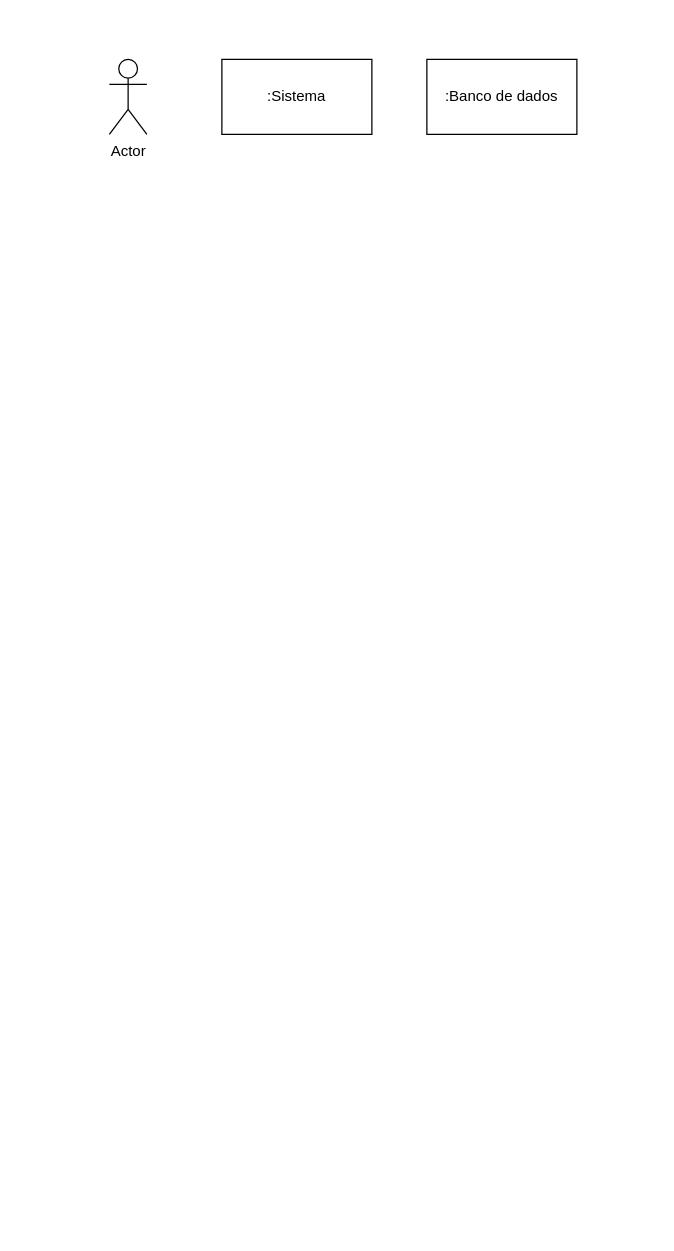
This is Diagrama sem nome.drawio from rntser/GestorDeSalas, a draw.io file, before an edit. Source tidied: cells renumbered, new cells numbered last; positions are measured from the earlier drawing's top-left corner, leaving out a move shared by most shapes. Both pictures are drawn from the tidied source at 125%, with x=0, y=0 at pixel (109, 59).
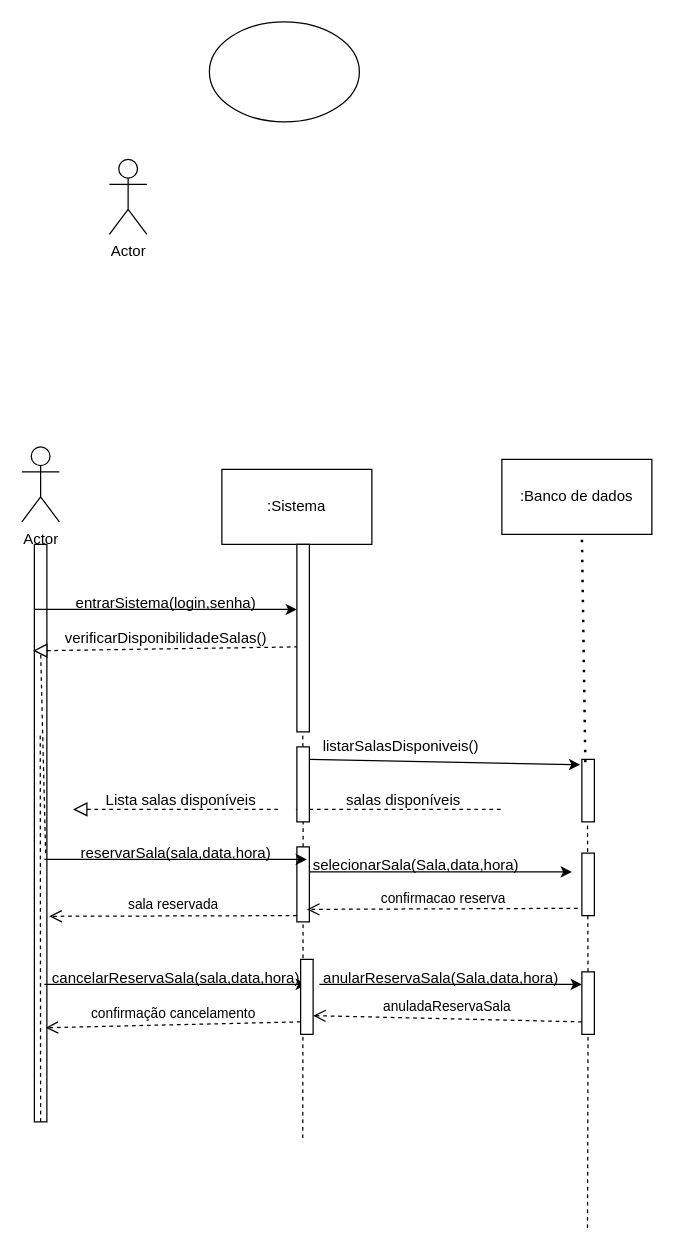
The same diagram, later.

The edit, as a diff of the source:
```diff
@@
     <mxCell id="2" value="Actor" style="shape=umlActor;verticalLabelPosition=bottom;verticalAlign=top;html=1;" parent="1" vertex="1">
-      <mxGeometry width="30" height="60" as="geometry" />
+      <mxGeometry y="80" width="30" height="60" as="geometry" />
     </mxCell>
     <mxCell id="3" value=":Sistema" style="rounded=0;whiteSpace=wrap;html=1;" parent="1" vertex="1">
-      <mxGeometry x="90" width="120" height="60" as="geometry" />
+      <mxGeometry x="90" y="328" width="120" height="60" as="geometry" />
     </mxCell>
     <mxCell id="4" value=":Banco de dados" style="rounded=0;whiteSpace=wrap;html=1;" parent="1" vertex="1">
-      <mxGeometry x="254" width="120" height="60" as="geometry" />
+      <mxGeometry x="314" y="320" width="120" height="60" as="geometry" />
     </mxCell>
+    <mxCell id="5" style="rounded=0;whiteSpace=wrap;html=1;" parent="1" vertex="1">
+      <mxGeometry x="-60" y="388" width="10" height="462" as="geometry" />
+    </mxCell>
+    <mxCell id="6" value="Actor" style="shape=umlActor;verticalLabelPosition=bottom;verticalAlign=top;html=1;" parent="1" vertex="1">
+      <mxGeometry x="-70" y="310" width="30" height="60" as="geometry" />
+    </mxCell>
+    <mxCell id="7" style="ellipse;whiteSpace=wrap;html=1;" parent="1" vertex="1">
+      <mxGeometry x="80" y="-30" width="120" height="80" as="geometry" />
+    </mxCell>
+    <mxCell id="8" style="rounded=0;whiteSpace=wrap;html=1;" parent="1" vertex="1">
+      <mxGeometry x="150" y="388" width="10" height="150" as="geometry" />
+    </mxCell>
+    <mxCell id="9" style="endArrow=none;dashed=1;html=1;rounded=0;" parent="1" edge="1" source="30">
+      <mxGeometry relative="1" as="geometry">
+        <mxPoint x="154.7" y="538" as="targetPoint" />
+      </mxGeometry>
+    </mxCell>
+    <mxCell id="10" value="entrarSistema(login,senha)" style="text;html=1;align=center;verticalAlign=middle;strokeColor=none;fillColor=none;" parent="1" vertex="1">
+      <mxGeometry x="-40" y="420" width="170" height="30" as="geometry" />
+    </mxCell>
+    <mxCell id="11" style="endArrow=none;dashed=1;html=1;rounded=0;" parent="1" edge="1">
+      <mxGeometry relative="1" as="geometry">
+        <mxPoint x="-55" y="850" as="sourcePoint" />
+        <mxPoint x="-55.3" y="538" as="targetPoint" />
+      </mxGeometry>
+    </mxCell>
+    <mxCell id="12" style="edgeStyle=none;jettySize=auto;html=1;rounded=0;entryX=0;entryY=0.347;entryDx=0;entryDy=0;entryPerimeter=0;" parent="1" edge="1" target="8">
+      <mxGeometry relative="1" as="geometry">
+        <mxPoint x="-60" y="440" as="sourcePoint" />
+      </mxGeometry>
+    </mxCell>
+    <mxCell id="13" style="endArrow=none;dashed=1;html=1;rounded=0;" parent="1" edge="1">
+      <mxGeometry relative="1" as="geometry">
+        <mxPoint x="-50" y="473" as="sourcePoint" />
+        <mxPoint x="150" y="470" as="targetPoint" />
+      </mxGeometry>
+    </mxCell>
+    <mxCell id="14" value="verificarDisponibilidadeSalas()" style="text;html=1;align=center;verticalAlign=middle;strokeColor=none;fillColor=none;" parent="1" vertex="1">
+      <mxGeometry x="-45" y="448" width="180" height="30" as="geometry" />
+    </mxCell>
+    <mxCell id="15" style="endArrow=none;dashed=1;html=1;rounded=0;exitX=0.9;exitY=0.535;exitDx=0;exitDy=0;exitPerimeter=0;" parent="1" edge="1" source="5" target="16">
+      <mxGeometry relative="1" as="geometry" />
+    </mxCell>
+    <mxCell id="16" style="triangle;whiteSpace=wrap;html=1;direction=west;" parent="1" vertex="1">
+      <mxGeometry x="-60" y="468" width="10" height="10" as="geometry" />
+    </mxCell>
+    <mxCell id="17" style="rounded=0;whiteSpace=wrap;html=1;" parent="1" vertex="1">
+      <mxGeometry x="378" y="560" width="10" height="50" as="geometry" />
+    </mxCell>
+    <mxCell id="18" style="endArrow=none;dashed=1;html=1;rounded=0;" parent="1" edge="1" source="46">
+      <mxGeometry relative="1" as="geometry">
+        <mxPoint x="382.5" y="610" as="targetPoint" />
+      </mxGeometry>
+    </mxCell>
+    <mxCell id="19" style="endArrow=none;dashed=1;html=1;dashPattern=1 3;strokeWidth=2;rounded=0;exitX=0.279;exitY=0.045;exitDx=0;exitDy=0;exitPerimeter=0;" parent="1" edge="1" source="17">
+      <mxGeometry relative="1" as="geometry">
+        <mxPoint x="378" y="380" as="targetPoint" />
+      </mxGeometry>
+    </mxCell>
+    <mxCell id="20" style="edgeStyle=none;jettySize=auto;html=1;rounded=0;entryX=-0.134;entryY=0.086;entryDx=0;entryDy=0;entryPerimeter=0;" parent="1" edge="1" target="17">
+      <mxGeometry relative="1" as="geometry">
+        <mxPoint x="160" y="560" as="sourcePoint" />
+      </mxGeometry>
+    </mxCell>
+    <mxCell id="21" value="listarSalasDisponiveis()" style="text;html=1;align=center;verticalAlign=middle;strokeColor=none;fillColor=none;" parent="1" vertex="1">
+      <mxGeometry x="158" y="535" width="150" height="30" as="geometry" />
+    </mxCell>
+    <mxCell id="22" style="endArrow=none;dashed=1;html=1;rounded=0;" parent="1" edge="1">
+      <mxGeometry relative="1" as="geometry">
+        <mxPoint x="160" y="600" as="sourcePoint" />
+        <mxPoint x="313" y="600" as="targetPoint" />
+      </mxGeometry>
+    </mxCell>
+    <mxCell id="23" value="salas disponíveis" style="text;html=1;align=center;verticalAlign=middle;strokeColor=none;fillColor=none;" parent="1" vertex="1">
+      <mxGeometry x="180" y="578" width="110" height="30" as="geometry" />
+    </mxCell>
+    <mxCell id="24" style="endArrow=none;dashed=1;html=1;rounded=0;" parent="1" edge="1" source="32" target="25">
+      <mxGeometry relative="1" as="geometry" />
+    </mxCell>
+    <mxCell id="25" style="triangle;whiteSpace=wrap;html=1;direction=west;" parent="1" vertex="1">
+      <mxGeometry x="150" y="595" width="10" height="10" as="geometry" />
+    </mxCell>
+    <mxCell id="26" style="endArrow=none;dashed=1;html=1;rounded=0;" parent="1" edge="1">
+      <mxGeometry relative="1" as="geometry">
+        <mxPoint x="-18" y="600" as="sourcePoint" />
+        <mxPoint x="135" y="600" as="targetPoint" />
+      </mxGeometry>
+    </mxCell>
+    <mxCell id="27" value="Lista salas disponíveis" style="text;html=1;align=center;verticalAlign=middle;strokeColor=none;fillColor=none;" parent="1" vertex="1">
+      <mxGeometry x="-13" y="578" width="140" height="30" as="geometry" />
+    </mxCell>
+    <mxCell id="28" style="triangle;whiteSpace=wrap;html=1;direction=west;" parent="1" vertex="1">
+      <mxGeometry x="-28" y="595" width="10" height="10" as="geometry" />
+    </mxCell>
+    <mxCell id="29" style="endArrow=none;dashed=1;html=1;rounded=0;" parent="1" edge="1" source="25" target="30">
+      <mxGeometry relative="1" as="geometry" />
+    </mxCell>
+    <mxCell id="30" style="rounded=0;whiteSpace=wrap;html=1;" parent="1" vertex="1">
+      <mxGeometry x="150" y="550" width="10" height="60" as="geometry" />
+    </mxCell>
+    <mxCell id="31" style="endArrow=none;dashed=1;html=1;rounded=0;" parent="1" edge="1" target="32">
+      <mxGeometry relative="1" as="geometry">
+        <mxPoint x="154.7" y="863" as="sourcePoint" />
+      </mxGeometry>
+    </mxCell>
+    <mxCell id="32" style="rounded=0;whiteSpace=wrap;html=1;" parent="1" vertex="1">
+      <mxGeometry x="150" y="630" width="10" height="60" as="geometry" />
+    </mxCell>
+    <mxCell id="33" value="reservarSala(sala,data,hora)" style="text;html=1;align=center;verticalAlign=middle;strokeColor=none;fillColor=none;" parent="1" vertex="1">
+      <mxGeometry x="-37" y="620" width="180" height="30" as="geometry" />
+    </mxCell>
+    <mxCell id="34" style="edgeStyle=none;orthogonalLoop=1;jettySize=auto;html=1;rounded=0;entryX=0;entryY=0.347;entryDx=0;entryDy=0;entryPerimeter=0;" parent="1" edge="1">
+      <mxGeometry relative="1" as="geometry">
+        <mxPoint x="-52" y="640" as="sourcePoint" />
+        <mxPoint x="158" y="640" as="targetPoint" />
+      </mxGeometry>
+    </mxCell>
+    <mxCell id="35" value="confirmacao reserva" style="html=1;verticalAlign=bottom;endArrow=open;dashed=1;endSize=8;curved=0;rounded=0;exitX=-0.329;exitY=0.883;exitDx=0;exitDy=0;exitPerimeter=0;" parent="1" edge="1" source="38">
+      <mxGeometry relative="1" as="geometry">
+        <mxPoint x="158" y="680" as="targetPoint" />
+      </mxGeometry>
+    </mxCell>
+    <mxCell id="36" value="selecionarSala(Sala,data,hora)" style="text;html=1;align=center;verticalAlign=middle;strokeColor=none;fillColor=none;" parent="1" vertex="1">
+      <mxGeometry x="150" y="630" width="190" height="30" as="geometry" />
+    </mxCell>
+    <mxCell id="37" style="edgeStyle=none;orthogonalLoop=1;jettySize=auto;html=1;rounded=0;entryX=0;entryY=0.347;entryDx=0;entryDy=0;entryPerimeter=0;" parent="1" edge="1">
+      <mxGeometry relative="1" as="geometry">
+        <mxPoint x="160" y="650" as="sourcePoint" />
+        <mxPoint x="370" y="650" as="targetPoint" />
+      </mxGeometry>
+    </mxCell>
+    <mxCell id="38" style="rounded=0;whiteSpace=wrap;html=1;" parent="1" vertex="1">
+      <mxGeometry x="378" y="635" width="10" height="50" as="geometry" />
+    </mxCell>
+    <mxCell id="39" value="sala reservada" style="html=1;verticalAlign=bottom;endArrow=open;dashed=1;endSize=8;curved=0;rounded=0;entryX=1.186;entryY=0.644;entryDx=0;entryDy=0;entryPerimeter=0;" parent="1" edge="1" target="5">
+      <mxGeometry relative="1" as="geometry">
+        <mxPoint x="150" y="685" as="sourcePoint" />
+      </mxGeometry>
+    </mxCell>
+    <mxCell id="40" value="cancelarReservaSala(sala,data,hora)" style="text;html=1;align=center;verticalAlign=middle;strokeColor=none;fillColor=none;" parent="1" vertex="1">
+      <mxGeometry x="-57" y="720" width="220" height="30" as="geometry" />
+    </mxCell>
+    <mxCell id="41" style="edgeStyle=none;orthogonalLoop=1;jettySize=auto;html=1;rounded=0;entryX=0;entryY=0.347;entryDx=0;entryDy=0;entryPerimeter=0;" parent="1" edge="1">
+      <mxGeometry relative="1" as="geometry">
+        <mxPoint x="-52" y="740" as="sourcePoint" />
+        <mxPoint x="158" y="740" as="targetPoint" />
+      </mxGeometry>
+    </mxCell>
+    <mxCell id="42" style="rounded=0;whiteSpace=wrap;html=1;" parent="1" vertex="1">
+      <mxGeometry x="153" y="720" width="10" height="60" as="geometry" />
+    </mxCell>
+    <mxCell id="43" value="anularReservaSala(Sala,data,hora)" style="text;html=1;align=center;verticalAlign=middle;strokeColor=none;fillColor=none;" parent="1" vertex="1">
+      <mxGeometry x="160" y="720" width="210" height="30" as="geometry" />
+    </mxCell>
+    <mxCell id="44" style="edgeStyle=none;orthogonalLoop=1;jettySize=auto;html=1;rounded=0;entryX=0;entryY=0.347;entryDx=0;entryDy=0;entryPerimeter=0;" parent="1" edge="1">
+      <mxGeometry relative="1" as="geometry">
+        <mxPoint x="168" y="740" as="sourcePoint" />
+        <mxPoint x="378" y="740" as="targetPoint" />
+      </mxGeometry>
+    </mxCell>
+    <mxCell id="45" style="endArrow=none;dashed=1;html=1;rounded=0;" parent="1" edge="1" target="46">
+      <mxGeometry relative="1" as="geometry">
+        <mxPoint x="382.5" y="935" as="sourcePoint" />
+      </mxGeometry>
+    </mxCell>
+    <mxCell id="46" style="rounded=0;whiteSpace=wrap;html=1;" parent="1" vertex="1">
+      <mxGeometry x="378" y="730" width="10" height="50" as="geometry" />
+    </mxCell>
+    <mxCell id="47" value="anuladaReservaSala" style="html=1;verticalAlign=bottom;endArrow=open;dashed=1;endSize=8;curved=0;rounded=0;entryX=1;entryY=0.75;entryDx=0;entryDy=0;" parent="1" edge="1" target="42">
+      <mxGeometry relative="1" as="geometry">
+        <mxPoint x="378" y="770" as="sourcePoint" />
+      </mxGeometry>
+    </mxCell>
+    <mxCell id="48" value="confirmação cancelamento" style="html=1;verticalAlign=bottom;endArrow=open;dashed=1;endSize=8;curved=0;rounded=0;entryX=0.9;entryY=0.837;entryDx=0;entryDy=0;entryPerimeter=0;" parent="1" edge="1" target="5">
+      <mxGeometry relative="1" as="geometry">
+        <mxPoint x="153" y="770" as="sourcePoint" />
+      </mxGeometry>
+    </mxCell>
```
